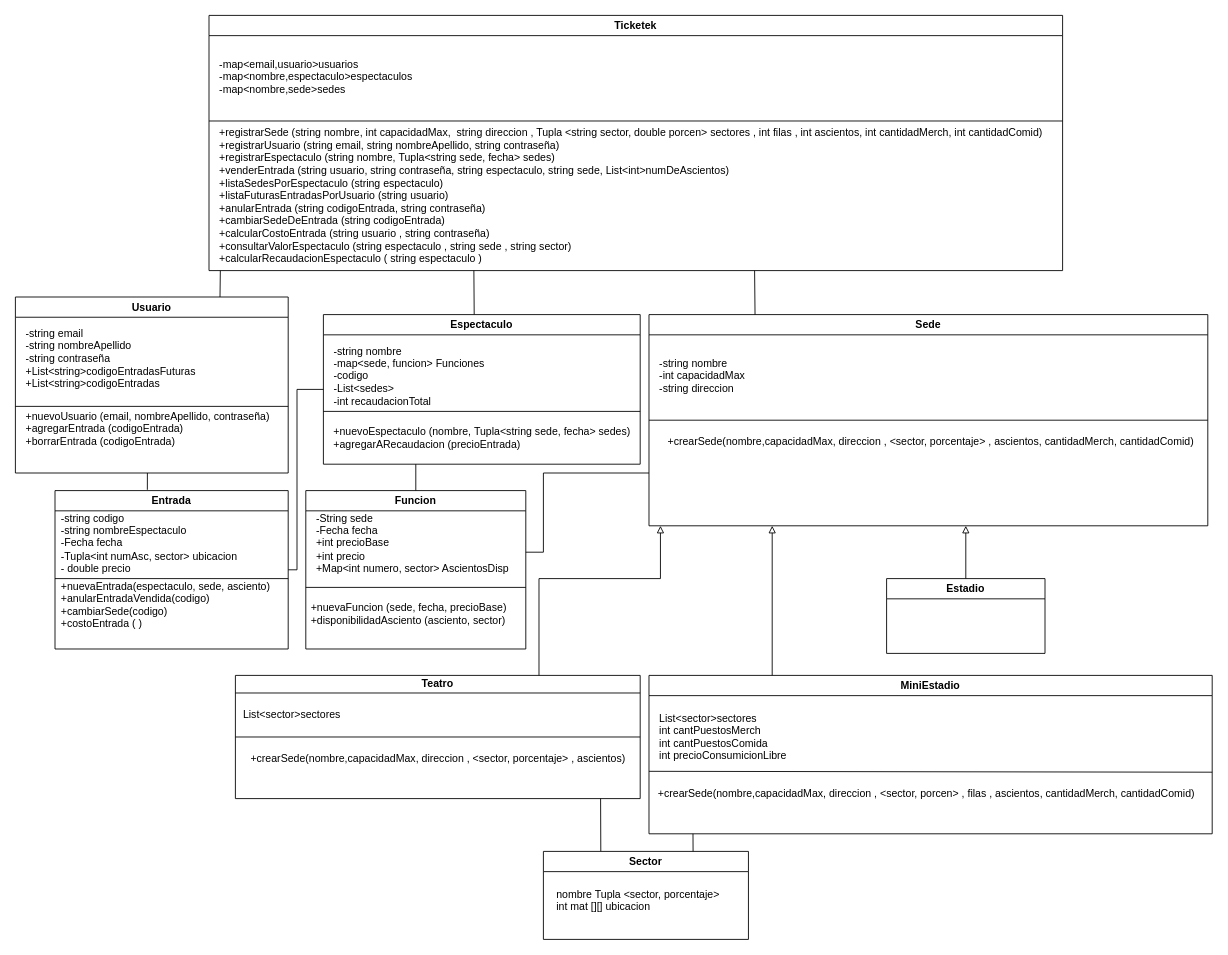
The draw.io diagram src/TPprog2.drawio in MarianoRada/TP-progra-2, before the edit. Source tidied: cells renumbered, new cells numbered last; positions are measured from the earlier drawing's top-left corner, leaving out a move shared by most shapes. Both pictures are drawn from the tidied source at 88%, with x=0, y=0 at pixel (15, 15).
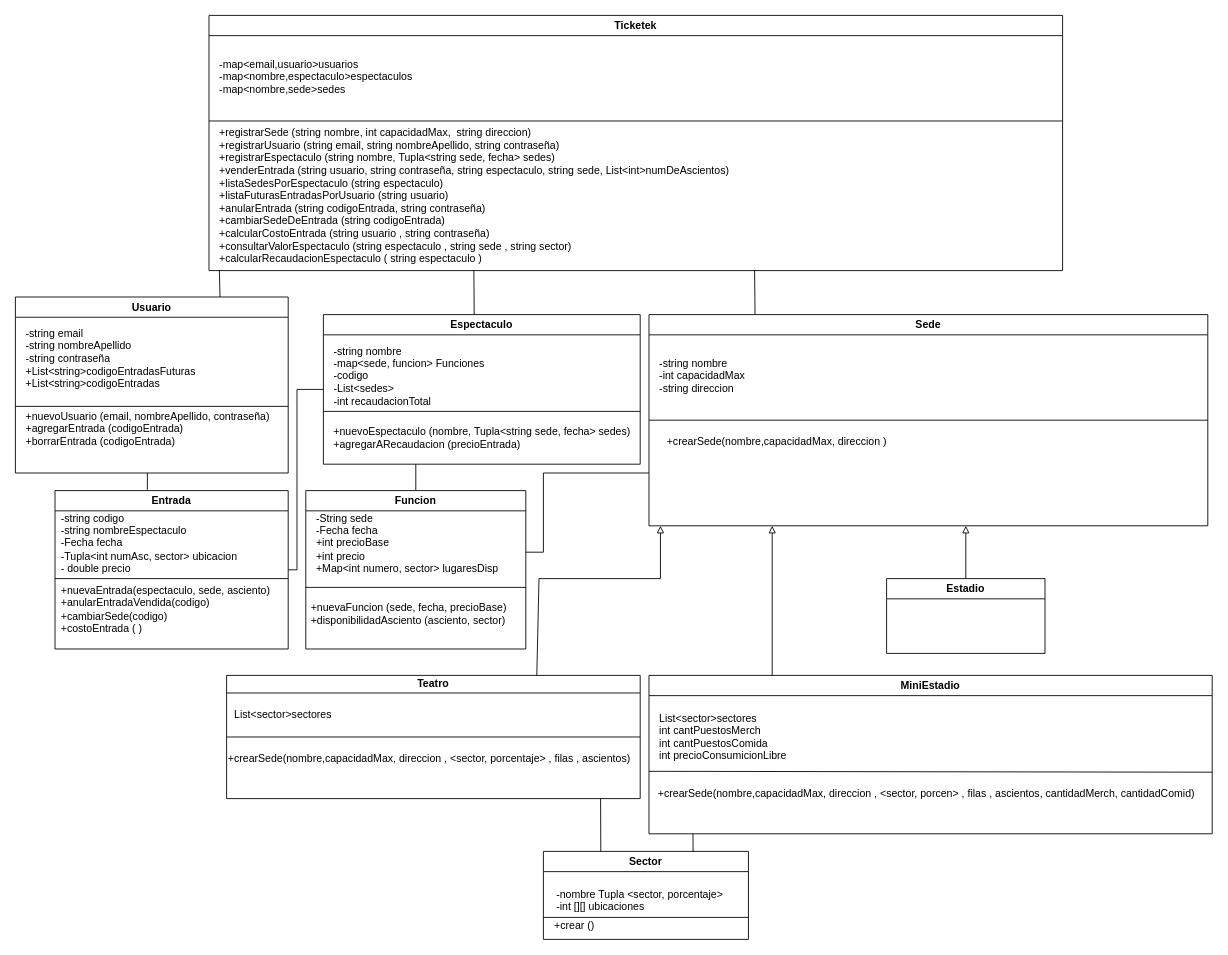
The same diagram, later.

The change refers to these unchanged cells:
```xml
<mxCell id="6" value="Ticketek" style="swimlane;whiteSpace=wrap;html=1;fillStyle=auto;rounded=0;glass=0;shadow=0;swimlaneLine=1;fontSize=12;" parent="1" vertex="1">
  <mxGeometry x="220" width="970" height="290" as="geometry" />
</mxCell>
<mxCell id="10" value="Sede" style="swimlane;whiteSpace=wrap;html=1;fillStyle=auto;rounded=0;glass=0;shadow=0;swimlaneLine=1;startSize=23;fontSize=12;" parent="1" vertex="1">
  <mxGeometry x="720" y="340" width="635" height="240" as="geometry" />
</mxCell>
<mxCell id="23" value="Sector" style="swimlane;whiteSpace=wrap;html=1;fontSize=12;" parent="1" vertex="1">
  <mxGeometry x="600" y="950" width="233" height="100" as="geometry" />
</mxCell>
<mxCell id="26" value="Entrada" style="swimlane;whiteSpace=wrap;html=1;fillStyle=auto;rounded=0;glass=0;shadow=0;swimlaneLine=1;fontSize=12;" parent="1" vertex="1">
  <mxGeometry x="45" y="540" width="265" height="180" as="geometry" />
</mxCell>
<mxCell id="34" value="Funcion" style="swimlane;whiteSpace=wrap;html=1;fillStyle=auto;rounded=0;glass=0;shadow=0;swimlaneLine=1;fontSize=12;" parent="1" vertex="1">
  <mxGeometry x="330" y="540" width="250" height="180" as="geometry" />
</mxCell>
```

Diff of the diagram source:
```diff
@@
-    <mxCell id="9" value="&lt;font&gt;+registrarSede (string nombre, int capacidadMax,&amp;nbsp; string direccion , Tupla&amp;nbsp;&lt;span style=&quot;color: light-dark(rgb(0, 0, 0), rgb(255, 255, 255)); background-color: transparent;&quot;&gt;&amp;lt;string sector, double porcen&lt;/span&gt;&lt;span style=&quot;color: light-dark(rgb(0, 0, 0), rgb(255, 255, 255)); background-color: transparent;&quot;&gt;&amp;gt;&lt;/span&gt;&amp;nbsp;sectores , int filas , int ascientos, int cantidadMerch, int cantidadComid)&lt;/font&gt;&lt;div&gt;&lt;font&gt;+registrarUsuario (string email, string nombreApellido, string contraseña)&lt;/font&gt;&lt;/div&gt;&lt;div&gt;&lt;font&gt;+registrarEspectaculo (string nombre,&amp;nbsp;Tupla&lt;span style=&quot;color: light-dark(rgb(0, 0, 0), rgb(255, 255, 255)); background-color: transparent;&quot;&gt;&amp;lt;string sede, fecha&lt;/span&gt;&lt;span style=&quot;color: light-dark(rgb(0, 0, 0), rgb(255, 255, 255)); background-color: transparent;&quot;&gt;&amp;gt; sedes&lt;/span&gt;)&lt;/font&gt;&lt;/div&gt;&lt;div&gt;&lt;font&gt;+venderEntrada (string usuario, string contraseña, string espectaculo, string sede, List&lt;/font&gt;&lt;span style=&quot;background-color: transparent; color: light-dark(rgb(0, 0, 0), rgb(255, 255, 255));&quot;&gt;&amp;lt;int&lt;/span&gt;&lt;span style=&quot;background-color: transparent; color: light-dark(rgb(0, 0, 0), rgb(255, 255, 255));&quot;&gt;&amp;gt;&lt;/span&gt;&lt;span style=&quot;background-color: transparent; color: light-dark(rgb(0, 0, 0), rgb(255, 255, 255));&quot;&gt;numDeAscientos)&lt;/span&gt;&lt;/div&gt;&lt;div&gt;&lt;span style=&quot;background-color: transparent; color: light-dark(rgb(0, 0, 0), rgb(255, 255, 255));&quot;&gt;+listaSedesPorEspectaculo (string espectaculo)&lt;/span&gt;&lt;/div&gt;&lt;div&gt;&lt;span style=&quot;background-color: transparent; color: light-dark(rgb(0, 0, 0), rgb(255, 255, 255));&quot;&gt;+listaFuturasEntradasPorUsuario (string usuario)&lt;/span&gt;&lt;/div&gt;&lt;div&gt;&lt;font&gt;+anularEntrada (string codigoEntrada, string contraseña)&lt;/font&gt;&lt;/div&gt;&lt;div&gt;&lt;font&gt;+cambiarSedeDeEntrada (string codigoEntrada)&lt;/font&gt;&lt;/div&gt;&lt;div&gt;&lt;font&gt;+calcularCostoEntrada (string usuario , string contraseña)&lt;/font&gt;&lt;/div&gt;&lt;div&gt;&lt;font&gt;+consultarValorEspectaculo (string espectaculo , string sede , string sector)&lt;/font&gt;&lt;/div&gt;&lt;div&gt;&lt;font&gt;+calcularRecaudacionEspectaculo ( string espectaculo )&lt;/font&gt;&lt;/div&gt;" style="text;html=1;align=left;verticalAlign=middle;points=[];strokeColor=none;fillColor=none;fontSize=12;" parent="6" vertex="1">
-      <mxGeometry x="10" y="120" width="960" height="170" as="geometry" />
+    <mxCell id="9" value="&lt;font&gt;+registrarSede (string nombre, int capacidadMax,&amp;nbsp; string direccion)&lt;/font&gt;&lt;div&gt;&lt;font&gt;+registrarUsuario (string email, string nombreApellido, string contraseña)&lt;/font&gt;&lt;/div&gt;&lt;div&gt;&lt;font&gt;+registrarEspectaculo (string nombre,&amp;nbsp;Tupla&lt;span style=&quot;color: light-dark(rgb(0, 0, 0), rgb(255, 255, 255)); background-color: transparent;&quot;&gt;&amp;lt;string sede, fecha&lt;/span&gt;&lt;span style=&quot;color: light-dark(rgb(0, 0, 0), rgb(255, 255, 255)); background-color: transparent;&quot;&gt;&amp;gt; sedes&lt;/span&gt;)&lt;/font&gt;&lt;/div&gt;&lt;div&gt;&lt;font&gt;+venderEntrada (string usuario, string contraseña, string espectaculo, string sede, List&lt;/font&gt;&lt;span style=&quot;background-color: transparent; color: light-dark(rgb(0, 0, 0), rgb(255, 255, 255));&quot;&gt;&amp;lt;int&lt;/span&gt;&lt;span style=&quot;background-color: transparent; color: light-dark(rgb(0, 0, 0), rgb(255, 255, 255));&quot;&gt;&amp;gt;&lt;/span&gt;&lt;span style=&quot;background-color: transparent; color: light-dark(rgb(0, 0, 0), rgb(255, 255, 255));&quot;&gt;numDeAscientos)&lt;/span&gt;&lt;/div&gt;&lt;div&gt;&lt;span style=&quot;background-color: transparent; color: light-dark(rgb(0, 0, 0), rgb(255, 255, 255));&quot;&gt;+listaSedesPorEspectaculo (string espectaculo)&lt;/span&gt;&lt;/div&gt;&lt;div&gt;&lt;span style=&quot;background-color: transparent; color: light-dark(rgb(0, 0, 0), rgb(255, 255, 255));&quot;&gt;+listaFuturasEntradasPorUsuario (string usuario)&lt;/span&gt;&lt;/div&gt;&lt;div&gt;&lt;font&gt;+anularEntrada (string codigoEntrada, string contraseña)&lt;/font&gt;&lt;/div&gt;&lt;div&gt;&lt;font&gt;+cambiarSedeDeEntrada (string codigoEntrada)&lt;/font&gt;&lt;/div&gt;&lt;div&gt;&lt;font&gt;+calcularCostoEntrada (string usuario , string contraseña)&lt;/font&gt;&lt;/div&gt;&lt;div&gt;&lt;font&gt;+consultarValorEspectaculo (string espectaculo , string sede , string sector)&lt;/font&gt;&lt;/div&gt;&lt;div&gt;&lt;font&gt;+calcularRecaudacionEspectaculo ( string espectaculo )&lt;/font&gt;&lt;/div&gt;" style="text;html=1;align=left;verticalAlign=middle;points=[];strokeColor=none;fillColor=none;fontSize=12;" parent="6" vertex="1">
+      <mxGeometry x="10" y="120" width="600" height="170" as="geometry" />
     </mxCell>
@@
-    <mxCell id="12" value="+crearSede(&lt;span style=&quot;text-align: left;&quot;&gt;nombre,capacidadMax, direccion ,&amp;nbsp;&lt;/span&gt;&lt;span style=&quot;color: light-dark(rgb(0, 0, 0), rgb(255, 255, 255)); text-align: left; background-color: transparent;&quot;&gt;&amp;lt;sector, porcentaje&lt;/span&gt;&lt;span style=&quot;color: light-dark(rgb(0, 0, 0), rgb(255, 255, 255)); text-align: left; background-color: transparent;&quot;&gt;&amp;gt;&lt;/span&gt;&lt;span style=&quot;text-align: left;&quot;&gt;&amp;nbsp;, ascientos, cantidadMerch, cantidadComid)&lt;/span&gt;" style="text;html=1;align=center;verticalAlign=middle;strokeColor=none;fillColor=none;fontSize=12;" parent="10" vertex="1">
-      <mxGeometry x="10" y="130" width="620" height="30" as="geometry" />
+    <mxCell id="12" value="&lt;div style=&quot;text-align: left;&quot;&gt;&lt;span style=&quot;background-color: transparent; color: light-dark(rgb(0, 0, 0), rgb(255, 255, 255));&quot;&gt;+crearSede(&lt;/span&gt;&lt;span style=&quot;background-color: transparent; color: light-dark(rgb(0, 0, 0), rgb(255, 255, 255));&quot;&gt;nombre,capacidadMax, direccion &lt;/span&gt;&lt;span style=&quot;background-color: transparent; color: light-dark(rgb(0, 0, 0), rgb(255, 255, 255)); text-align: left;&quot;&gt;)&lt;/span&gt;&lt;/div&gt;" style="text;html=1;align=center;verticalAlign=middle;strokeColor=none;fillColor=none;fontSize=12;" parent="10" vertex="1">
+      <mxGeometry x="10" y="130" width="270" height="30" as="geometry" />
     </mxCell>
     <mxCell id="13" value="Teatro" style="swimlane;whiteSpace=wrap;html=1;fillStyle=auto;rounded=0;glass=0;shadow=0;swimlaneLine=1;startSize=20;fontSize=12;" parent="1" vertex="1">
-      <mxGeometry x="250" y="750" width="460" height="140" as="geometry" />
+      <mxGeometry x="240" y="750" width="470" height="140" as="geometry" />
     </mxCell>
@@
-    <mxCell id="15" value="+crearSede(&lt;span style=&quot;text-align: left;&quot;&gt;nombre,capacidadMax, direccion ,&amp;nbsp;&lt;/span&gt;&lt;span style=&quot;color: light-dark(rgb(0, 0, 0), rgb(255, 255, 255)); background-color: transparent; text-align: left;&quot;&gt;&amp;lt;sector, porcentaje&lt;/span&gt;&lt;span style=&quot;color: light-dark(rgb(0, 0, 0), rgb(255, 255, 255)); background-color: transparent; text-align: left;&quot;&gt;&amp;gt;&lt;/span&gt;&lt;span style=&quot;text-align: left;&quot;&gt;&amp;nbsp;, ascientos)&lt;/span&gt;" style="text;html=1;align=center;verticalAlign=middle;strokeColor=none;fillColor=none;fontSize=12;" parent="13" vertex="1">
-      <mxGeometry x="5" y="80" width="450" height="30" as="geometry" />
+    <mxCell id="15" value="+crearSede(&lt;span style=&quot;text-align: left;&quot;&gt;nombre,capacidadMax, direccion ,&amp;nbsp;&lt;/span&gt;&lt;span style=&quot;color: light-dark(rgb(0, 0, 0), rgb(255, 255, 255)); background-color: transparent; text-align: left;&quot;&gt;&amp;lt;sector, porcentaje&lt;/span&gt;&lt;span style=&quot;color: light-dark(rgb(0, 0, 0), rgb(255, 255, 255)); background-color: transparent; text-align: left;&quot;&gt;&amp;gt;&lt;/span&gt;&lt;span style=&quot;text-align: left;&quot;&gt;&amp;nbsp;, filas , ascientos)&lt;/span&gt;" style="text;html=1;align=center;verticalAlign=middle;strokeColor=none;fillColor=none;fontSize=12;" parent="13" vertex="1">
+      <mxGeometry x="-10" y="80" width="480" height="30" as="geometry" />
     </mxCell>
@@
-    <mxCell id="24" value="&lt;div&gt;nombre Tupla&amp;nbsp;&lt;span style=&quot;background-color: transparent; color: light-dark(rgb(0, 0, 0), rgb(255, 255, 255));&quot;&gt;&amp;lt;sector, porcentaje&lt;/span&gt;&lt;span style=&quot;background-color: transparent; color: light-dark(rgb(0, 0, 0), rgb(255, 255, 255));&quot;&gt;&amp;gt;&lt;/span&gt;&lt;/div&gt;&lt;div&gt;int mat []&lt;span style=&quot;background-color: transparent; color: light-dark(rgb(0, 0, 0), rgb(255, 255, 255));&quot;&gt;[] ubicacion&lt;/span&gt;&lt;/div&gt;&lt;div&gt;&lt;br&gt;&lt;/div&gt;" style="text;html=1;align=left;verticalAlign=middle;strokeColor=none;fillColor=none;fontSize=12;" parent="23" vertex="1">
+    <mxCell id="24" value="&lt;div&gt;-nombre Tupla&amp;nbsp;&lt;span style=&quot;background-color: transparent; color: light-dark(rgb(0, 0, 0), rgb(255, 255, 255));&quot;&gt;&amp;lt;sector, porcentaje&lt;/span&gt;&lt;span style=&quot;background-color: transparent; color: light-dark(rgb(0, 0, 0), rgb(255, 255, 255));&quot;&gt;&amp;gt;&lt;/span&gt;&lt;/div&gt;&lt;div&gt;-int []&lt;span style=&quot;background-color: transparent; color: light-dark(rgb(0, 0, 0), rgb(255, 255, 255));&quot;&gt;[] ubicaciones&lt;/span&gt;&lt;/div&gt;&lt;div&gt;&lt;br&gt;&lt;/div&gt;" style="text;html=1;align=left;verticalAlign=middle;strokeColor=none;fillColor=none;fontSize=12;" parent="23" vertex="1">
       <mxGeometry x="13" y="33" width="210" height="60" as="geometry" />
     </mxCell>
+    <mxCell id="50" style="endArrow=none;html=1;rounded=0;entryX=1;entryY=0.75;entryDx=0;entryDy=0;" parent="23" edge="1" target="23">
+      <mxGeometry relative="1" as="geometry">
+        <mxPoint y="75" as="sourcePoint" />
+      </mxGeometry>
+    </mxCell>
+    <mxCell id="51" value="+crear ()" style="text;html=1;align=center;verticalAlign=middle;strokeColor=none;fillColor=none;" parent="23" vertex="1">
+      <mxGeometry y="70" width="70" height="30" as="geometry" />
+    </mxCell>
@@
     <mxCell id="29" value="+nuevaEntrada(espectaculo, sede, asciento)&lt;div&gt;+anularEntradaVendida(codigo)&lt;/div&gt;&lt;div&gt;+cambiarSede(codigo)&lt;/div&gt;&lt;div&gt;+costoEntrada ( )&lt;/div&gt;" style="text;html=1;align=left;verticalAlign=middle;strokeColor=none;fillColor=none;fontSize=12;" parent="26" vertex="1">
-      <mxGeometry x="5" y="95" width="260" height="70" as="geometry" />
+      <mxGeometry x="5" y="100" width="260" height="70" as="geometry" />
     </mxCell>
@@
-    <mxCell id="35" value="&lt;div&gt;&lt;span style=&quot;background-color: transparent; color: light-dark(rgb(0, 0, 0), rgb(255, 255, 255));&quot;&gt;-String sede&lt;/span&gt;&lt;/div&gt;&lt;div&gt;&lt;span style=&quot;background-color: transparent; color: light-dark(rgb(0, 0, 0), rgb(255, 255, 255));&quot;&gt;-Fecha fecha&lt;/span&gt;&lt;/div&gt;&lt;div&gt;&lt;span style=&quot;background-color: transparent; color: light-dark(rgb(0, 0, 0), rgb(255, 255, 255));&quot;&gt;+int precioBase&lt;/span&gt;&lt;/div&gt;&lt;div&gt;&lt;span style=&quot;background-color: transparent; color: light-dark(rgb(0, 0, 0), rgb(255, 255, 255));&quot;&gt;+int precio&lt;/span&gt;&lt;/div&gt;&lt;div&gt;&lt;span style=&quot;color: light-dark(rgb(0, 0, 0), rgb(255, 255, 255)); background-color: transparent;&quot;&gt;+Map&amp;lt;int numero, sector&lt;/span&gt;&lt;span style=&quot;color: light-dark(rgb(0, 0, 0), rgb(255, 255, 255)); background-color: transparent;&quot;&gt;&amp;gt; AscientosDisp&lt;/span&gt;&lt;/div&gt;" style="text;html=1;align=left;verticalAlign=middle;strokeColor=none;fillColor=none;fontSize=12;" parent="34" vertex="1">
-      <mxGeometry x="10" y="15" width="240" height="90" as="geometry" />
+    <mxCell id="35" value="&lt;div&gt;&lt;span style=&quot;background-color: transparent; color: light-dark(rgb(0, 0, 0), rgb(255, 255, 255));&quot;&gt;-String sede&lt;/span&gt;&lt;/div&gt;&lt;div&gt;&lt;span style=&quot;background-color: transparent; color: light-dark(rgb(0, 0, 0), rgb(255, 255, 255));&quot;&gt;-Fecha fecha&lt;/span&gt;&lt;/div&gt;&lt;div&gt;&lt;span style=&quot;background-color: transparent; color: light-dark(rgb(0, 0, 0), rgb(255, 255, 255));&quot;&gt;+int precioBase&lt;/span&gt;&lt;/div&gt;&lt;div&gt;&lt;span style=&quot;background-color: transparent; color: light-dark(rgb(0, 0, 0), rgb(255, 255, 255));&quot;&gt;+int precio&lt;/span&gt;&lt;/div&gt;&lt;div&gt;&lt;span style=&quot;color: light-dark(rgb(0, 0, 0), rgb(255, 255, 255)); background-color: transparent;&quot;&gt;+Map&amp;lt;int numero, sector&lt;/span&gt;&lt;span style=&quot;color: light-dark(rgb(0, 0, 0), rgb(255, 255, 255)); background-color: transparent;&quot;&gt;&amp;gt; lugaresDisp&lt;/span&gt;&lt;/div&gt;" style="text;html=1;align=left;verticalAlign=middle;strokeColor=none;fillColor=none;fontSize=12;" parent="34" vertex="1">
+      <mxGeometry x="10" y="15" width="230" height="90" as="geometry" />
     </mxCell>
```
